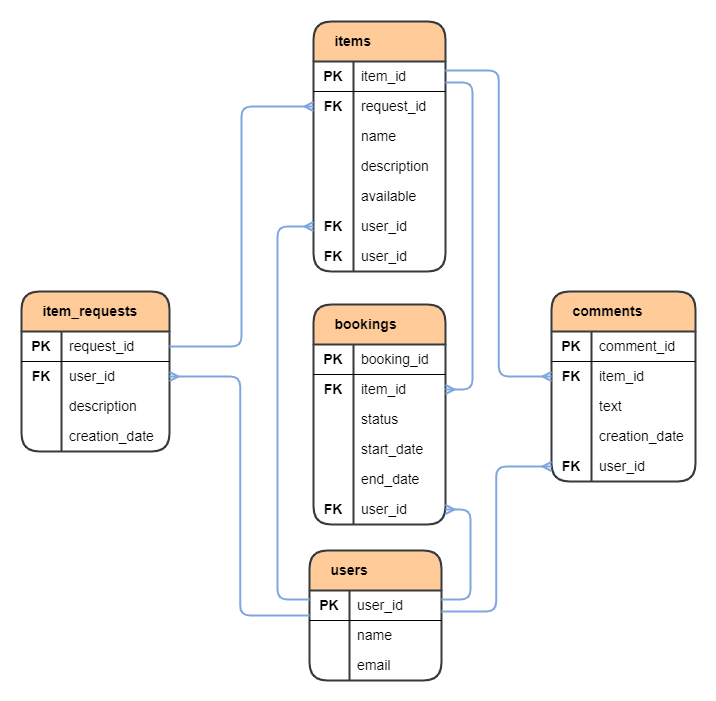
The draw.io diagram shareit_db.png in alekslit/java-shareit, before a commit. Source tidied: cells renumbered, new cells last; positions are measured from the earlier drawing's top-left corner, leaving out a move shared by most shapes.
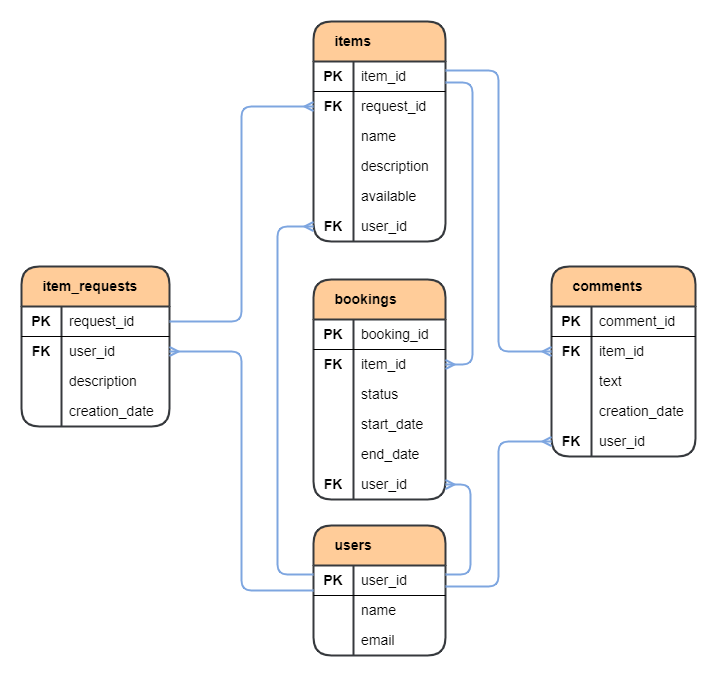
The same file after the commit.

Commit message:
add, fix: поправить схему БД, добавить описание БД

Diff of the diagram source:
```diff
@@ -3,7 +3,7 @@
     <mxCell id="0" />
     <mxCell id="1" parent="0" />
     <mxCell id="2" value="&amp;nbsp; &amp;nbsp; &amp;nbsp;users" style="shape=table;startSize=40;rowLines=0;fontStyle=1;align=left;rounded=1;fontSize=14;labelBackgroundColor=none;labelBorderColor=none;html=1;swimlaneFillColor=none;shadow=0;fillColor=#ffcc99;strokeColor=#36393d;strokeWidth=2;" parent="1" vertex="1">
-      <mxGeometry x="288" y="529" width="132" height="130" as="geometry" />
+      <mxGeometry x="292" y="529" width="132" height="130" as="geometry" />
     </mxCell>
     <mxCell id="3" style="shape=tableRow;horizontal=0;startSize=0;swimlaneHead=0;swimlaneBody=0;fillColor=none;points=[[0,0.3,0,0,0],[0,0.7,0,0,0],[1,0.3,0,0,0],[1,0.7,0,0,0]];portConstraint=eastwest;top=0;left=0;right=0;bottom=1;fontSize=14;" parent="2" vertex="1">
       <mxGeometry y="40" width="132" height="30" as="geometry" />
@@ -72,7 +72,7 @@
       <mxGeometry x="40" width="108" height="30" as="geometry" />
     </mxCell>
     <mxCell id="25" value="&amp;nbsp; &amp;nbsp; &amp;nbsp;items" style="shape=table;startSize=40;rowLines=0;fontStyle=1;align=left;rounded=1;fontSize=14;labelBackgroundColor=none;labelBorderColor=none;html=1;swimlaneFillColor=none;shadow=0;fillColor=#ffcc99;strokeColor=#36393d;strokeWidth=2;" parent="1" vertex="1">
-      <mxGeometry x="292" width="132" height="250" as="geometry" />
+      <mxGeometry x="292" y="25" width="132" height="220" as="geometry" />
     </mxCell>
     <mxCell id="26" style="shape=tableRow;horizontal=0;startSize=0;swimlaneHead=0;swimlaneBody=0;fillColor=none;points=[[0,0.5,0,0,0],[1,0.3,0,0,0],[1,0.7,0,0,0]];portConstraint=eastwest;top=0;left=0;right=0;bottom=1;fontSize=14;" parent="25" vertex="1">
       <mxGeometry y="40" width="132" height="30" as="geometry" />
@@ -128,15 +128,6 @@
     <mxCell id="43" value="user_id" style="shape=partialRectangle;fillColor=none;top=0;left=0;bottom=0;right=0;align=left;spacingLeft=6;overflow=hidden;whiteSpace=wrap;html=1;fontSize=14;" parent="41" vertex="1">
       <mxGeometry x="40" width="92" height="30" as="geometry" />
     </mxCell>
-    <mxCell id="44" style="shape=tableRow;horizontal=0;startSize=0;swimlaneHead=0;swimlaneBody=0;fillColor=none;top=0;left=0;right=0;bottom=0;fontSize=14;" parent="25" vertex="1">
-      <mxGeometry y="220" width="132" height="30" as="geometry" />
-    </mxCell>
-    <mxCell id="45" value="FK" style="shape=partialRectangle;fillColor=none;top=0;left=0;bottom=0;right=0;overflow=hidden;whiteSpace=wrap;html=1;fontSize=14;fontStyle=1;" parent="44" vertex="1">
-      <mxGeometry width="40" height="30" as="geometry" />
-    </mxCell>
-    <mxCell id="46" value="user_id" style="shape=partialRectangle;fillColor=none;top=0;left=0;bottom=0;right=0;align=left;spacingLeft=6;overflow=hidden;whiteSpace=wrap;html=1;fontSize=14;" parent="44" vertex="1">
-      <mxGeometry x="40" width="92" height="30" as="geometry" />
-    </mxCell>
     <mxCell id="47" value="&amp;nbsp; &amp;nbsp; &amp;nbsp;bookings" style="shape=table;startSize=40;rowLines=0;fontStyle=1;align=left;rounded=1;fontSize=14;labelBackgroundColor=none;labelBorderColor=none;html=1;swimlaneFillColor=none;shadow=0;fillColor=#ffcc99;strokeColor=#36393d;strokeWidth=2;" parent="1" vertex="1">
       <mxGeometry x="292" y="283" width="132" height="220" as="geometry" />
     </mxCell>
```
